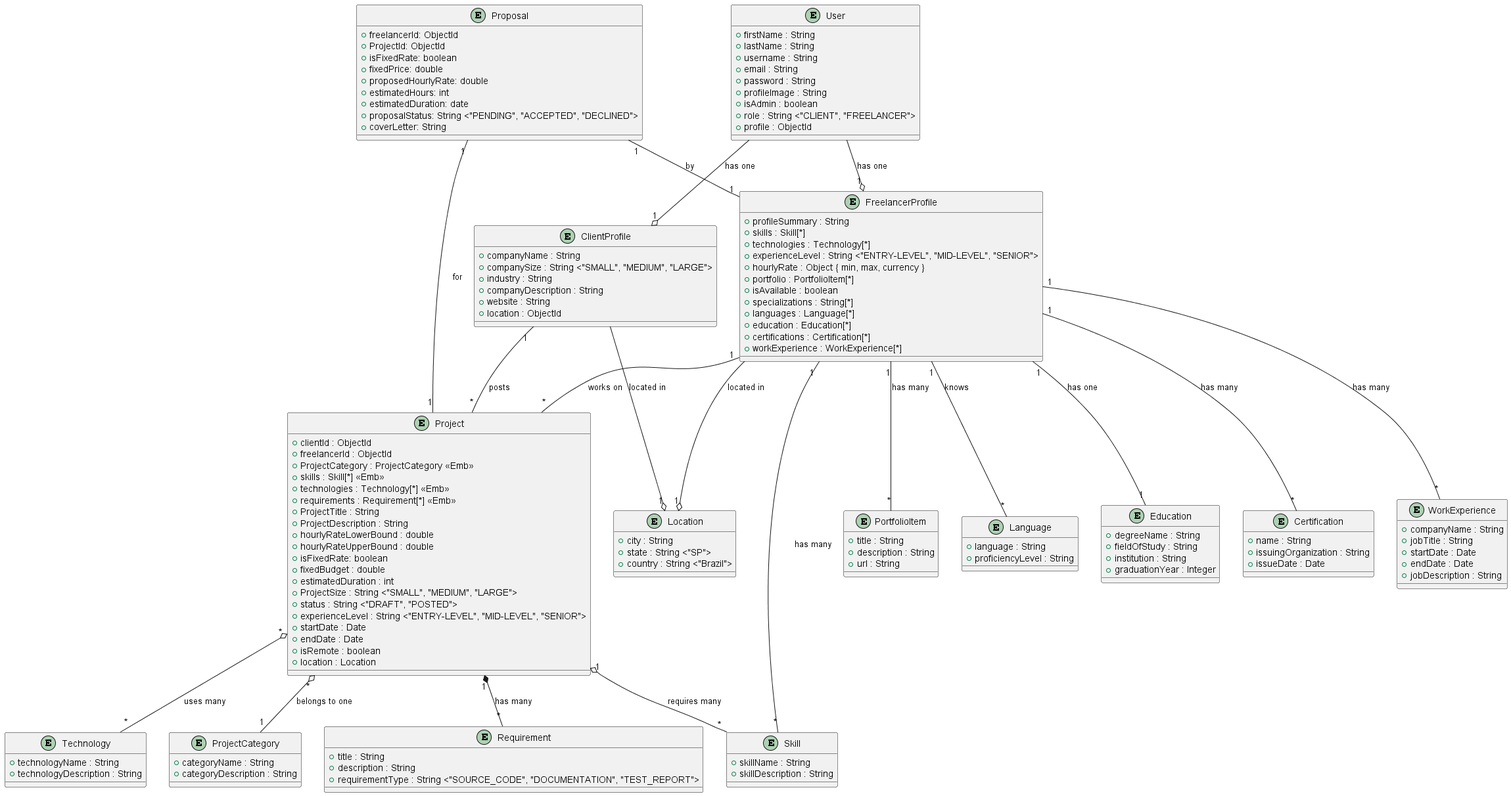
This is out/docs/classDiagram/class diagram.png from lucasneiva/armoredcode, a PlantUML export, as it was before one commit.
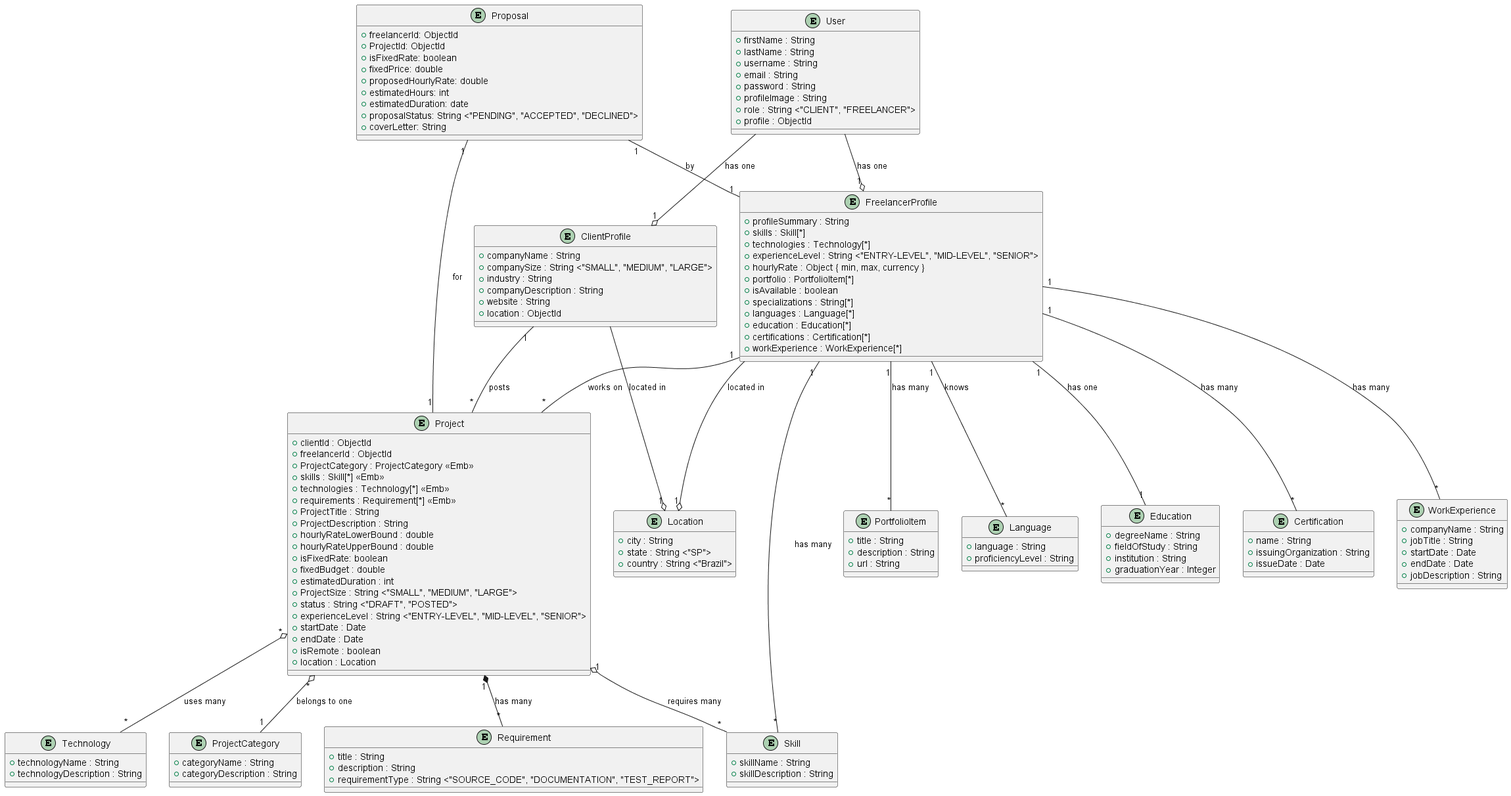
The same file after the commit.

Diff of the diagram source:
```diff
@@ -8,7 +8,6 @@
   + email : String
   + password : String
   + profileImage : String
-  + isAdmin : boolean
   + role : String <"CLIENT", "FREELANCER">
   + profile : ObjectId
 }
```
